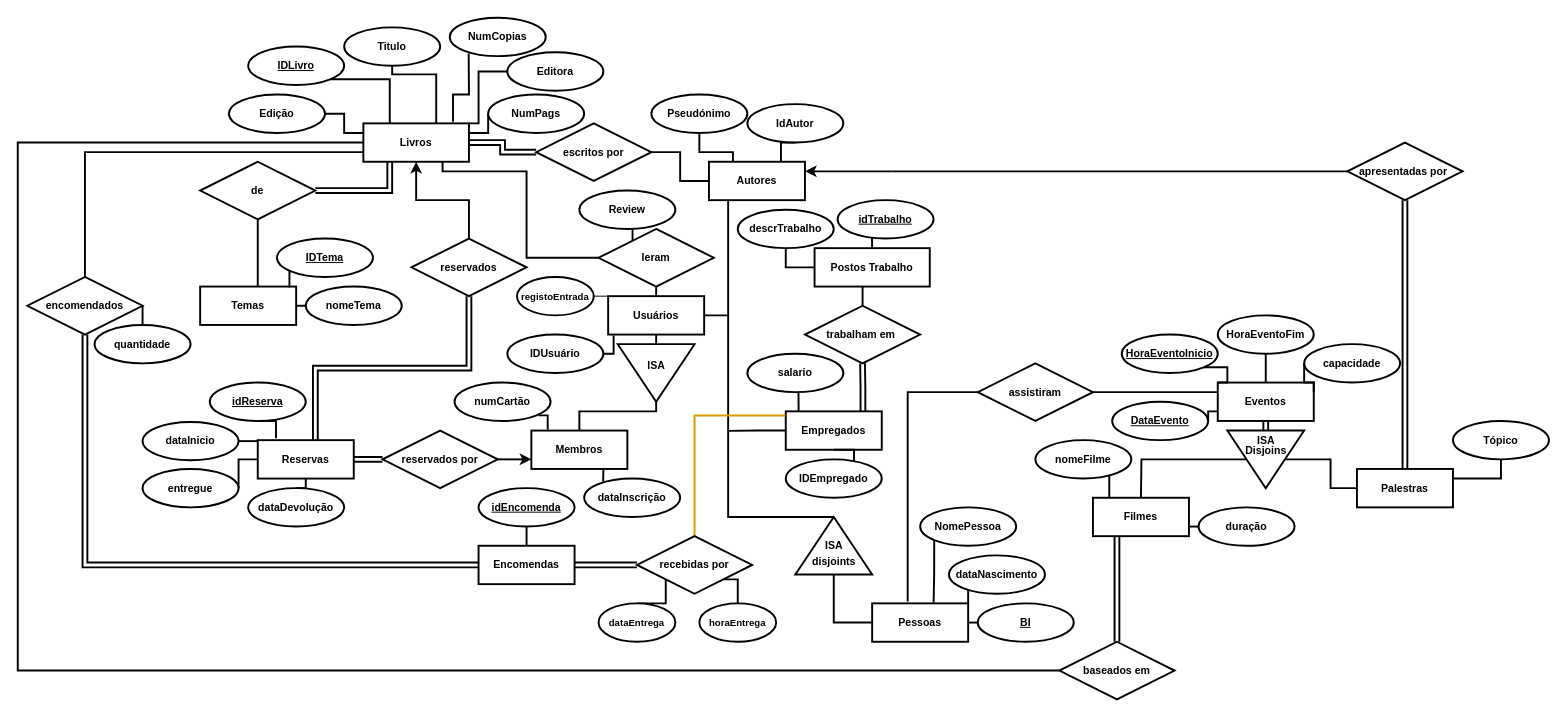
bfibraga/bd-project keeps this draw.io diagram as Untitled Diagram.drawio. Above is the earlier version. Source tidied: cells renumbered, new cells numbered last; positions are measured from the earlier drawing's top-left corner, leaving out a move shared by most shapes. Both pictures are drawn from the tidied source at 96%, with x=0, y=0 at pixel (17, 17).
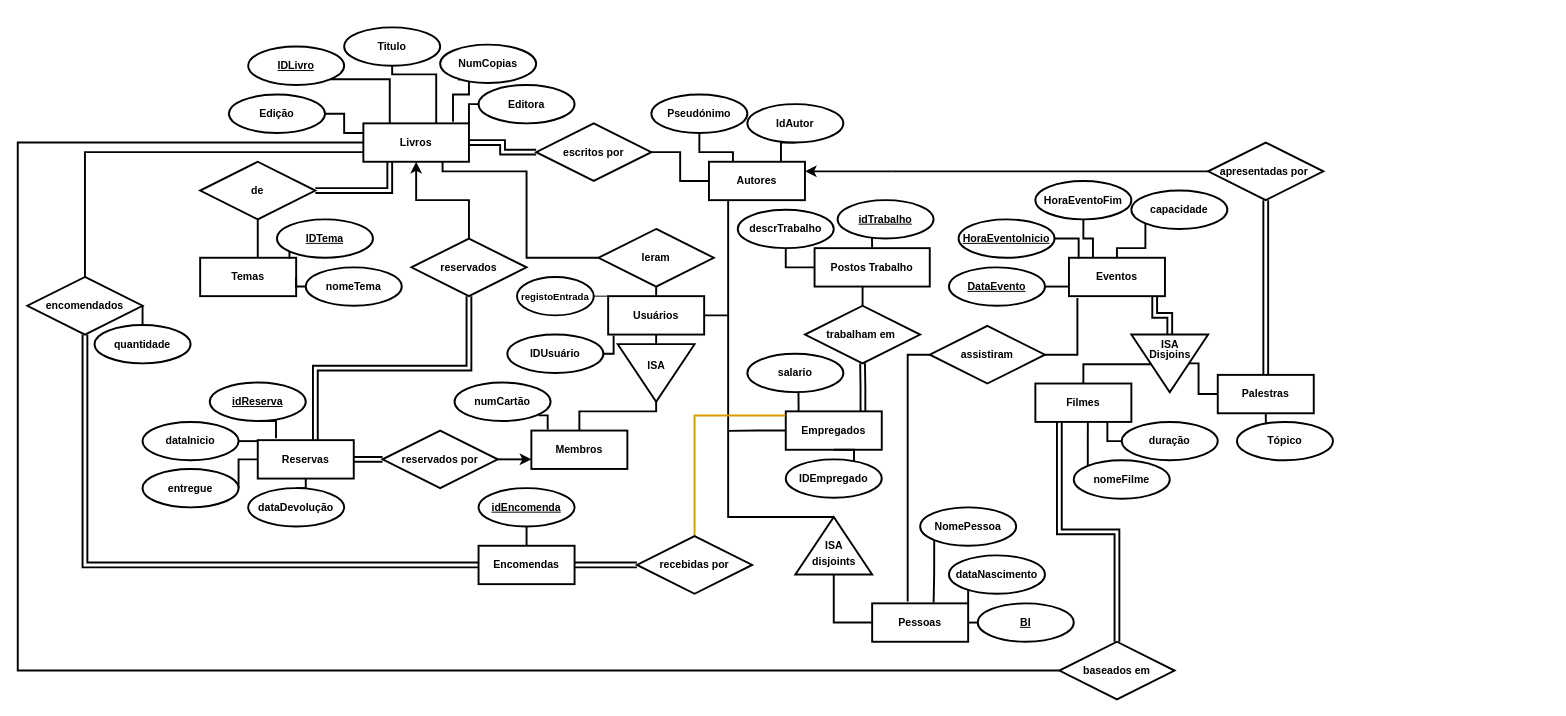
After the change.

Unchanged cells that the change refers to:
```xml
<mxCell id="7" value="Livros" style="whiteSpace=wrap;html=1;align=center;strokeWidth=2;fontStyle=1;fontSize=11;" parent="1" vertex="1">
  <mxGeometry x="360" y="110" width="110" height="40" as="geometry" />
</mxCell>
<mxCell id="55" value="Membros" style="whiteSpace=wrap;html=1;align=center;strokeWidth=2;fontStyle=1;fontSize=11;" parent="1" vertex="1">
  <mxGeometry x="535" y="430" width="100" height="40" as="geometry" />
</mxCell>
<mxCell id="83" value="recebidas por" style="shape=rhombus;perimeter=rhombusPerimeter;whiteSpace=wrap;html=1;align=center;strokeWidth=2;fontStyle=1;fontSize=11;" parent="1" vertex="1">
  <mxGeometry x="645" y="540" width="120" height="60" as="geometry" />
</mxCell>
<mxCell id="127" value="leram" style="shape=rhombus;perimeter=rhombusPerimeter;whiteSpace=wrap;html=1;align=center;strokeWidth=2;fontStyle=1;fontSize=11;" parent="1" vertex="1">
  <mxGeometry x="605" y="220" width="120" height="60" as="geometry" />
</mxCell>
```

The edit, as a diff of the source:
```diff
@@
-    <mxCell id="6" style="edgeStyle=orthogonalEdgeStyle;rounded=0;jettySize=auto;html=1;exitX=1;exitY=0.25;exitDx=0;exitDy=0;entryX=0;entryY=0.5;entryDx=0;entryDy=0;endArrow=none;endFill=0;strokeWidth=2;" parent="1" edge="1" source="7" target="139">
-      <mxGeometry relative="1" as="geometry" />
-    </mxCell>
@@
     <mxCell id="12" style="edgeStyle=orthogonalEdgeStyle;rounded=0;jettySize=auto;html=1;exitX=0;exitY=0.5;exitDx=0;exitDy=0;entryX=1;entryY=0;entryDx=0;entryDy=0;endArrow=none;endFill=0;strokeWidth=2;fontStyle=1;fontSize=11;" parent="1" edge="1" source="13" target="7">
       <mxGeometry relative="1" as="geometry">
         <Array as="points">
-          <mxPoint x="480" y="56" />
-          <mxPoint x="480" y="110" />
+          <mxPoint x="470" y="90" />
         </Array>
       </mxGeometry>
     </mxCell>
     <mxCell id="13" value="Editora" style="ellipse;whiteSpace=wrap;html=1;align=center;strokeWidth=2;fontStyle=1;fontSize=11;" parent="1" vertex="1">
-      <mxGeometry x="510" y="36" width="100" height="40" as="geometry" />
+      <mxGeometry x="480" y="70" width="100" height="40" as="geometry" />
     </mxCell>
@@
     <mxCell id="27" value="Temas" style="whiteSpace=wrap;html=1;align=center;strokeWidth=2;fontStyle=1;fontSize=11;" parent="1" vertex="1">
-      <mxGeometry x="190" y="280" width="100" height="40" as="geometry" />
+      <mxGeometry x="190" y="250" width="100" height="40" as="geometry" />
     </mxCell>
@@
     <mxCell id="29" value="nomeTema" style="ellipse;whiteSpace=wrap;html=1;align=center;strokeWidth=2;fontStyle=1;fontSize=11;" parent="1" vertex="1">
-      <mxGeometry x="300" y="280" width="100" height="40" as="geometry" />
+      <mxGeometry x="300" y="260" width="100" height="40" as="geometry" />
     </mxCell>
@@
-    <mxCell id="54" style="edgeStyle=orthogonalEdgeStyle;rounded=0;jettySize=auto;html=1;exitX=0.75;exitY=1;exitDx=0;exitDy=0;entryX=0.198;entryY=0.075;entryDx=0;entryDy=0;entryPerimeter=0;endArrow=none;endFill=0;strokeWidth=2;" parent="1" edge="1" source="55" target="140">
-      <mxGeometry relative="1" as="geometry" />
-    </mxCell>
@@
     <mxCell id="88" value="IDTema" style="ellipse;whiteSpace=wrap;html=1;align=center;fontStyle=5;strokeWidth=2;fontSize=11;" parent="1" vertex="1">
-      <mxGeometry x="270" y="230" width="100" height="40" as="geometry" />
+      <mxGeometry x="270" y="210" width="100" height="40" as="geometry" />
     </mxCell>
-    <mxCell id="89" style="edgeStyle=orthogonalEdgeStyle;rounded=0;jettySize=auto;html=1;exitX=0.5;exitY=1;exitDx=0;exitDy=0;entryX=0;entryY=0.5;entryDx=0;entryDy=0;endArrow=none;endFill=0;strokeWidth=2;fontStyle=1;fontSize=11;shape=link;" parent="1" edge="1" source="92" target="97">
+    <mxCell id="89" style="edgeStyle=orthogonalEdgeStyle;rounded=0;jettySize=auto;html=1;exitX=0.893;exitY=1.025;exitDx=0;exitDy=0;entryX=0;entryY=0.5;entryDx=0;entryDy=0;endArrow=none;endFill=0;strokeWidth=2;fontStyle=1;fontSize=11;shape=link;exitPerimeter=0;" parent="1" edge="1" source="92" target="97">
       <mxGeometry relative="1" as="geometry" />
     </mxCell>
-    <mxCell id="90" style="edgeStyle=orthogonalEdgeStyle;rounded=0;jettySize=auto;html=1;exitX=0;exitY=0.75;exitDx=0;exitDy=0;entryX=1;entryY=0.5;entryDx=0;entryDy=0;startArrow=none;startFill=0;endArrow=none;endFill=0;strokeWidth=2;fontStyle=1;fontSize=11;" parent="1" edge="1" source="92" target="103">
-      <mxGeometry relative="1" as="geometry" />
-    </mxCell>
-    <mxCell id="91" style="edgeStyle=orthogonalEdgeStyle;rounded=0;jettySize=auto;html=1;exitX=0;exitY=0.25;exitDx=0;exitDy=0;entryX=1;entryY=0.5;entryDx=0;entryDy=0;endArrow=none;endFill=0;strokeWidth=2;fontStyle=1;fontSize=11;" parent="1" edge="1" source="92" target="117">
-      <mxGeometry relative="1" as="geometry" />
-    </mxCell>
     <mxCell id="92" value="Eventos" style="whiteSpace=wrap;html=1;align=center;strokeWidth=2;fontStyle=1;fontSize=11;" parent="1" vertex="1">
-      <mxGeometry x="1250" y="380" width="100" height="40" as="geometry" />
+      <mxGeometry x="1095" y="250" width="100" height="40" as="geometry" />
     </mxCell>
@@
+    <mxCell id="141" style="edgeStyle=orthogonalEdgeStyle;rounded=0;jettySize=auto;html=1;exitX=0;exitY=0.5;exitDx=0;exitDy=0;entryX=0.5;entryY=0;entryDx=0;entryDy=0;endArrow=none;endFill=0;strokeWidth=2;" parent="1" edge="1" source="94" target="97">
+      <mxGeometry relative="1" as="geometry" />
+    </mxCell>
     <mxCell id="94" value="Palestras" style="whiteSpace=wrap;html=1;align=center;strokeWidth=2;fontStyle=1;fontSize=11;" parent="1" vertex="1">
-      <mxGeometry x="1395" y="470" width="100" height="40" as="geometry" />
+      <mxGeometry x="1250" y="372" width="100" height="40" as="geometry" />
     </mxCell>
-    <mxCell id="95" style="edgeStyle=orthogonalEdgeStyle;rounded=0;jettySize=auto;html=1;exitX=0.5;exitY=0;exitDx=0;exitDy=0;entryX=0;entryY=0.5;entryDx=0;entryDy=0;endArrow=none;endFill=0;strokeWidth=2;fontStyle=1;fontSize=11;" parent="1" edge="1" source="97" target="94">
-      <mxGeometry relative="1" as="geometry" />
-    </mxCell>
-    <mxCell id="96" style="edgeStyle=orthogonalEdgeStyle;rounded=0;jettySize=auto;html=1;exitX=0.5;exitY=1;exitDx=0;exitDy=0;endArrow=none;endFill=0;strokeWidth=2;fontStyle=1;fontSize=11;" parent="1" edge="1" source="97">
-      <mxGeometry relative="1" as="geometry">
-        <mxPoint x="1170" y="500" as="targetPoint" />
-      </mxGeometry>
-    </mxCell>
     <mxCell id="97" style="triangle;whiteSpace=wrap;html=1;rotation=90;strokeWidth=2;fontStyle=1;fontSize=11;" parent="1" vertex="1">
-      <mxGeometry x="1270" y="420" width="60" height="80" as="geometry" />
+      <mxGeometry x="1170" y="320" width="60" height="80" as="geometry" />
     </mxCell>
     <mxCell id="98" value="ISA" style="text;html=1;align=center;verticalAlign=middle;strokeColor=none;strokeWidth=2;fontStyle=1;fontSize=11;" parent="1" vertex="1">
-      <mxGeometry x="1285" y="430" width="30" height="20" as="geometry" />
+      <mxGeometry x="1185" y="329.5" width="30" height="20" as="geometry" />
     </mxCell>
@@
+    <mxCell id="142" style="edgeStyle=orthogonalEdgeStyle;rounded=0;jettySize=auto;html=1;exitX=0.5;exitY=0;exitDx=0;exitDy=0;entryX=0.5;entryY=1;entryDx=0;entryDy=0;strokeWidth=2;endArrow=none;endFill=0;" parent="1" edge="1" source="100" target="97">
+      <mxGeometry relative="1" as="geometry" />
+    </mxCell>
     <mxCell id="100" value="Filmes" style="whiteSpace=wrap;html=1;align=center;strokeWidth=2;fontStyle=1;fontSize=11;" parent="1" vertex="1">
-      <mxGeometry x="1120" y="500" width="100" height="40" as="geometry" />
+      <mxGeometry x="1060" y="381" width="100" height="40" as="geometry" />
     </mxCell>
@@
     <mxCell id="102" value="apresentadas por&amp;nbsp;" style="shape=rhombus;perimeter=rhombusPerimeter;whiteSpace=wrap;html=1;align=center;strokeWidth=2;fontStyle=1;fontSize=11;" parent="1" vertex="1">
-      <mxGeometry x="1385" y="130" width="120" height="60" as="geometry" />
+      <mxGeometry x="1240" y="130" width="120" height="60" as="geometry" />
     </mxCell>
+    <mxCell id="143" style="edgeStyle=orthogonalEdgeStyle;rounded=0;jettySize=auto;html=1;exitX=1;exitY=0.5;exitDx=0;exitDy=0;entryX=0;entryY=0.75;entryDx=0;entryDy=0;endArrow=none;endFill=0;strokeWidth=2;" parent="1" edge="1" source="103" target="92">
+      <mxGeometry relative="1" as="geometry" />
+    </mxCell>
     <mxCell id="103" value="&lt;u style=&quot;font-size: 11px;&quot;&gt;DataEvento&lt;/u&gt;" style="ellipse;whiteSpace=wrap;html=1;align=center;strokeWidth=2;fontStyle=1;fontSize=11;" parent="1" vertex="1">
-      <mxGeometry x="1140" y="400" width="100" height="40" as="geometry" />
+      <mxGeometry x="970" y="260" width="100" height="40" as="geometry" />
     </mxCell>
-    <mxCell id="104" style="edgeStyle=orthogonalEdgeStyle;rounded=0;jettySize=auto;html=1;exitX=1;exitY=1;exitDx=0;exitDy=0;entryX=0;entryY=0;entryDx=0;entryDy=0;startArrow=none;startFill=0;endArrow=none;endFill=0;strokeWidth=2;fontStyle=1;fontSize=11;" parent="1" edge="1" source="105" target="92">
-      <mxGeometry relative="1" as="geometry">
-        <Array as="points">
-          <mxPoint x="1260" y="364" />
-          <mxPoint x="1260" y="380" />
-        </Array>
-      </mxGeometry>
+    <mxCell id="104" style="edgeStyle=orthogonalEdgeStyle;rounded=0;jettySize=auto;html=1;exitX=1;exitY=0.5;exitDx=0;exitDy=0;entryX=0.101;entryY=0.022;entryDx=0;entryDy=0;entryPerimeter=0;endArrow=none;endFill=0;strokeWidth=2;" parent="1" edge="1" source="105" target="92">
+      <mxGeometry relative="1" as="geometry" />
     </mxCell>
     <mxCell id="105" value="&lt;u style=&quot;font-size: 11px;&quot;&gt;HoraEventoInicio&lt;/u&gt;" style="ellipse;whiteSpace=wrap;html=1;align=center;strokeWidth=2;fontStyle=1;fontSize=11;" parent="1" vertex="1">
-      <mxGeometry x="1150" y="330" width="100" height="40" as="geometry" />
+      <mxGeometry x="980" y="210" width="100" height="40" as="geometry" />
     </mxCell>
@@
-    <mxCell id="108" style="edgeStyle=orthogonalEdgeStyle;rounded=0;jettySize=auto;html=1;exitX=0.5;exitY=1;exitDx=0;exitDy=0;entryX=0.5;entryY=0;entryDx=0;entryDy=0;startArrow=none;startFill=0;endArrow=none;endFill=0;strokeWidth=2;fontStyle=1;fontSize=11;" parent="1" edge="1" source="109" target="92">
+    <mxCell id="108" style="edgeStyle=orthogonalEdgeStyle;rounded=0;jettySize=auto;html=1;exitX=0.5;exitY=1;exitDx=0;exitDy=0;entryX=0.25;entryY=0;entryDx=0;entryDy=0;endArrow=none;endFill=0;strokeWidth=2;" parent="1" edge="1" source="109" target="92">
       <mxGeometry relative="1" as="geometry" />
     </mxCell>
     <mxCell id="109" value="HoraEventoFim" style="ellipse;whiteSpace=wrap;html=1;align=center;strokeWidth=2;fontStyle=1;fontSize=11;" parent="1" vertex="1">
-      <mxGeometry x="1250" y="310" width="100" height="40" as="geometry" />
+      <mxGeometry x="1060" y="170" width="100" height="40" as="geometry" />
     </mxCell>
-    <mxCell id="110" style="edgeStyle=orthogonalEdgeStyle;rounded=0;jettySize=auto;html=1;exitX=0.5;exitY=1;exitDx=0;exitDy=0;entryX=1;entryY=0.25;entryDx=0;entryDy=0;startArrow=none;startFill=0;endArrow=none;endFill=0;strokeWidth=2;fontStyle=1;fontSize=11;" parent="1" edge="1" source="111" target="94">
+    <mxCell id="110" style="edgeStyle=orthogonalEdgeStyle;rounded=0;jettySize=auto;html=1;exitX=0.301;exitY=0.019;exitDx=0;exitDy=0;entryX=0.5;entryY=1;entryDx=0;entryDy=0;startArrow=none;startFill=0;endArrow=none;endFill=0;strokeWidth=2;fontStyle=1;fontSize=11;exitPerimeter=0;" parent="1" edge="1" source="111" target="94">
       <mxGeometry relative="1" as="geometry" />
     </mxCell>
     <mxCell id="111" value="Tópico" style="ellipse;whiteSpace=wrap;html=1;align=center;strokeWidth=2;fontStyle=1;fontSize=11;" parent="1" vertex="1">
-      <mxGeometry x="1495" y="420" width="100" height="40" as="geometry" />
+      <mxGeometry x="1270" y="421" width="100" height="40" as="geometry" />
     </mxCell>
-    <mxCell id="112" style="edgeStyle=orthogonalEdgeStyle;rounded=0;jettySize=auto;html=1;entryX=1;entryY=0.25;entryDx=0;entryDy=0;endArrow=none;endFill=0;strokeWidth=2;fontStyle=1;fontSize=11;exitX=0;exitY=0.5;exitDx=0;exitDy=0;" parent="1" edge="1" source="113" target="92">
-      <mxGeometry relative="1" as="geometry">
-        <Array as="points">
-          <mxPoint x="1340" y="380" />
-          <mxPoint x="1350" y="380" />
-        </Array>
-      </mxGeometry>
+    <mxCell id="112" style="edgeStyle=orthogonalEdgeStyle;rounded=0;jettySize=auto;html=1;exitX=0;exitY=1;exitDx=0;exitDy=0;entryX=0.5;entryY=0;entryDx=0;entryDy=0;endArrow=none;endFill=0;strokeWidth=2;" parent="1" edge="1" source="113" target="92">
+      <mxGeometry relative="1" as="geometry" />
     </mxCell>
     <mxCell id="113" value="capacidade" style="ellipse;whiteSpace=wrap;html=1;align=center;strokeWidth=2;fontStyle=1;fontSize=11;" parent="1" vertex="1">
-      <mxGeometry x="1340" y="340" width="100" height="40" as="geometry" />
+      <mxGeometry x="1160" y="180" width="100" height="40" as="geometry" />
     </mxCell>
-    <mxCell id="114" style="edgeStyle=orthogonalEdgeStyle;rounded=0;jettySize=auto;html=1;exitX=0;exitY=0.5;exitDx=0;exitDy=0;entryX=1;entryY=0.75;entryDx=0;entryDy=0;endArrow=none;endFill=0;strokeWidth=2;fontStyle=1;fontSize=11;" parent="1" edge="1" source="115" target="100">
+    <mxCell id="114" style="edgeStyle=orthogonalEdgeStyle;rounded=0;jettySize=auto;html=1;exitX=0;exitY=0.5;exitDx=0;exitDy=0;entryX=0.75;entryY=1;entryDx=0;entryDy=0;endArrow=none;endFill=0;strokeWidth=2;" parent="1" edge="1" source="115" target="100">
       <mxGeometry relative="1" as="geometry" />
     </mxCell>
     <mxCell id="115" value="duração" style="ellipse;whiteSpace=wrap;html=1;align=center;strokeWidth=2;fontStyle=1;fontSize=11;" parent="1" vertex="1">
-      <mxGeometry x="1230" y="510" width="100" height="40" as="geometry" />
+      <mxGeometry x="1150" y="421" width="100" height="40" as="geometry" />
     </mxCell>
@@
+    <mxCell id="144" style="edgeStyle=orthogonalEdgeStyle;rounded=0;jettySize=auto;html=1;exitX=1;exitY=0.5;exitDx=0;exitDy=0;entryX=0.088;entryY=1.047;entryDx=0;entryDy=0;entryPerimeter=0;endArrow=none;endFill=0;strokeWidth=2;" parent="1" edge="1" source="117" target="92">
+      <mxGeometry relative="1" as="geometry" />
+    </mxCell>
     <mxCell id="117" value="assistiram" style="shape=rhombus;perimeter=rhombusPerimeter;whiteSpace=wrap;html=1;align=center;strokeWidth=2;fontStyle=1;fontSize=11;" parent="1" vertex="1">
-      <mxGeometry x="1000" y="360" width="120" height="60" as="geometry" />
+      <mxGeometry x="950" y="321" width="120" height="60" as="geometry" />
     </mxCell>
-    <mxCell id="118" style="edgeStyle=orthogonalEdgeStyle;rounded=0;jettySize=auto;html=1;exitX=1;exitY=1;exitDx=0;exitDy=0;entryX=0.17;entryY=0;entryDx=0;entryDy=0;entryPerimeter=0;endArrow=none;endFill=0;strokeWidth=2;fontStyle=1;fontSize=11;" parent="1" edge="1" target="100">
-      <mxGeometry relative="1" as="geometry">
-        <mxPoint x="1125.1" y="474.2" as="sourcePoint" />
-      </mxGeometry>
-    </mxCell>
@@
+    <mxCell id="145" style="edgeStyle=orthogonalEdgeStyle;rounded=0;jettySize=auto;html=1;exitX=0;exitY=0;exitDx=0;exitDy=0;entryX=0.547;entryY=0.975;entryDx=0;entryDy=0;entryPerimeter=0;endArrow=none;endFill=0;strokeWidth=2;" parent="1" edge="1" source="122" target="100">
+      <mxGeometry relative="1" as="geometry" />
+    </mxCell>
     <mxCell id="122" value="nomeFilme" style="ellipse;whiteSpace=wrap;html=1;align=center;strokeWidth=2;fontStyle=1;fontSize=11;" parent="1" vertex="1">
-      <mxGeometry x="1060" y="440" width="100" height="40" as="geometry" />
+      <mxGeometry x="1100" y="461" width="100" height="40" as="geometry" />
     </mxCell>
     <mxCell id="123" value="Disjoins" style="text;html=1;align=center;verticalAlign=middle;strokeColor=none;strokeWidth=2;fontStyle=1;fontSize=11;" parent="1" vertex="1">
-      <mxGeometry x="1270" y="441" width="60" height="20" as="geometry" />
+      <mxGeometry x="1170" y="340.5" width="60" height="20" as="geometry" />
     </mxCell>
@@
-    <mxCell id="129" style="edgeStyle=orthogonalEdgeStyle;rounded=0;jettySize=auto;html=1;exitX=0.5;exitY=0;exitDx=0;exitDy=0;entryX=0;entryY=1;entryDx=0;entryDy=0;startArrow=none;startFill=0;strokeColor=#000000;endArrow=none;endFill=0;strokeWidth=2;" parent="1" edge="1" source="130" target="83">
-      <mxGeometry relative="1" as="geometry" />
-    </mxCell>
-    <mxCell id="130" value="&lt;font size=&quot;1&quot;&gt;dataEntrega&lt;br&gt;&lt;/font&gt;" style="ellipse;whiteSpace=wrap;html=1;align=center;strokeWidth=2;fontStyle=1;fontSize=11;" parent="1" vertex="1">
-      <mxGeometry x="605" y="610" width="80" height="40" as="geometry" />
-    </mxCell>
-    <mxCell id="131" style="edgeStyle=orthogonalEdgeStyle;rounded=0;jettySize=auto;html=1;exitX=0.5;exitY=0;exitDx=0;exitDy=0;entryX=1;entryY=1;entryDx=0;entryDy=0;startArrow=none;startFill=0;endArrow=none;endFill=0;strokeColor=#000000;strokeWidth=2;" parent="1" edge="1" source="132" target="83">
-      <mxGeometry relative="1" as="geometry">
-        <Array as="points">
-          <mxPoint x="750" y="585" />
-        </Array>
-      </mxGeometry>
-    </mxCell>
-    <mxCell id="132" value="&lt;font size=&quot;1&quot;&gt;horaEntrega&lt;br&gt;&lt;/font&gt;" style="ellipse;whiteSpace=wrap;html=1;align=center;strokeWidth=2;fontStyle=1;fontSize=11;" parent="1" vertex="1">
-      <mxGeometry x="710" y="610" width="80" height="40" as="geometry" />
-    </mxCell>
@@
     <mxCell id="136" value="NumCopias" style="ellipse;whiteSpace=wrap;html=1;align=center;strokeWidth=2;fontStyle=1;fontSize=11;" parent="1" vertex="1">
-      <mxGeometry x="450" width="100" height="40" as="geometry" />
+      <mxGeometry x="440" y="28" width="100" height="40" as="geometry" />
     </mxCell>
-    <mxCell id="137" style="edgeStyle=orthogonalEdgeStyle;rounded=0;jettySize=auto;html=1;exitX=0.554;exitY=0.999;exitDx=0;exitDy=0;entryX=0.295;entryY=0.203;entryDx=0;entryDy=0;startArrow=none;startFill=0;endArrow=none;endFill=0;strokeColor=#000000;strokeWidth=2;exitPerimeter=0;entryPerimeter=0;" parent="1" edge="1" source="138" target="127">
-      <mxGeometry relative="1" as="geometry" />
-    </mxCell>
-    <mxCell id="138" value="Review" style="ellipse;whiteSpace=wrap;html=1;align=center;strokeWidth=2;fontStyle=1;fontSize=11;" parent="1" vertex="1">
-      <mxGeometry x="585" y="180" width="100" height="40" as="geometry" />
-    </mxCell>
-    <mxCell id="139" value="NumPags" style="ellipse;whiteSpace=wrap;html=1;align=center;strokeWidth=2;fontStyle=1;fontSize=11;" parent="1" vertex="1">
-      <mxGeometry x="490" y="80" width="100" height="40" as="geometry" />
-    </mxCell>
-    <mxCell id="140" value="dataInscrição" style="ellipse;whiteSpace=wrap;html=1;align=center;strokeWidth=2;fontStyle=1;fontSize=11;" parent="1" vertex="1">
-      <mxGeometry x="590" y="480" width="100" height="40" as="geometry" />
-    </mxCell>
```
